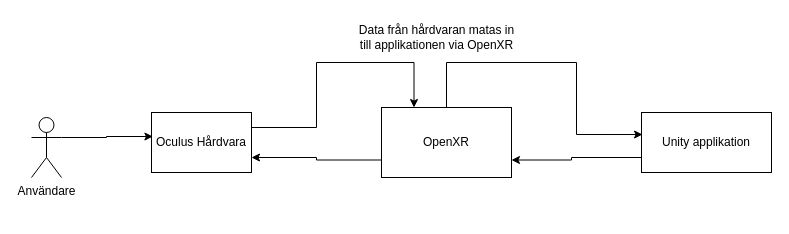
Earlier version of the draw.io diagram ProjektrapportV1.drawio (DaddyDelicious/drawIOgarbage). Source tidied: cells renumbered, new cells numbered last; positions are measured from the earlier drawing's top-left corner, leaving out a move shared by most shapes. Both pictures are drawn from the tidied source at 100%, with x=0, y=0 at pixel (31, 17).
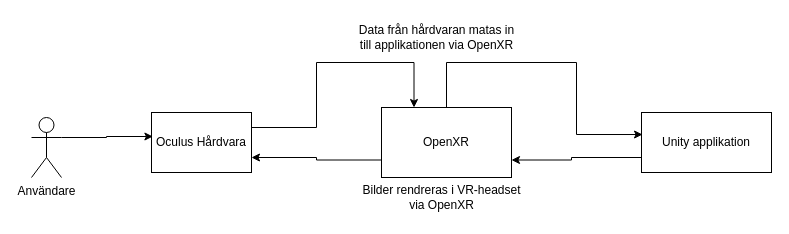
After the change.

Diff of the diagram source:
```diff
@@
 <mxGraphModel>
   <root>
     <mxCell id="0" />
     <mxCell id="1" parent="0" />
     <mxCell id="2" style="edgeStyle=orthogonalEdgeStyle;rounded=0;jettySize=auto;html=1;exitX=1;exitY=0.25;exitDx=0;exitDy=0;entryX=0.25;entryY=0;entryDx=0;entryDy=0;" parent="1" edge="1" source="3" target="6">
       <mxGeometry relative="1" as="geometry">
         <Array as="points">
           <mxPoint x="285" y="110" />
           <mxPoint x="285" y="45" />
           <mxPoint x="383" y="45" />
         </Array>
       </mxGeometry>
     </mxCell>
     <mxCell id="3" value="Oculus Hårdvara" style="rounded=0;whiteSpace=wrap;html=1;" parent="1" vertex="1">
       <mxGeometry x="120" y="95" width="100" height="60" as="geometry" />
     </mxCell>
     <mxCell id="4" style="edgeStyle=orthogonalEdgeStyle;rounded=0;jettySize=auto;html=1;exitX=0;exitY=0.75;exitDx=0;exitDy=0;entryX=1;entryY=0.75;entryDx=0;entryDy=0;" parent="1" edge="1" source="6" target="3">
       <mxGeometry relative="1" as="geometry" />
     </mxCell>
     <mxCell id="5" style="edgeStyle=orthogonalEdgeStyle;rounded=0;jettySize=auto;html=1;exitX=0.5;exitY=0;exitDx=0;exitDy=0;entryX=0.008;entryY=0.367;entryDx=0;entryDy=0;entryPerimeter=0;" parent="1" edge="1" source="6" target="8">
       <mxGeometry relative="1" as="geometry">
         <Array as="points">
           <mxPoint x="415" y="45" />
           <mxPoint x="545" y="45" />
           <mxPoint x="545" y="117" />
         </Array>
       </mxGeometry>
     </mxCell>
     <mxCell id="6" value="OpenXR" style="rounded=0;whiteSpace=wrap;html=1;" parent="1" vertex="1">
       <mxGeometry x="350" y="90" width="130" height="70" as="geometry" />
     </mxCell>
     <mxCell id="7" style="edgeStyle=orthogonalEdgeStyle;rounded=0;jettySize=auto;html=1;exitX=0;exitY=0.75;exitDx=0;exitDy=0;entryX=1;entryY=0.75;entryDx=0;entryDy=0;" parent="1" edge="1" source="8" target="6">
       <mxGeometry relative="1" as="geometry">
         <Array as="points">
           <mxPoint x="540" y="140" />
           <mxPoint x="540" y="143" />
         </Array>
       </mxGeometry>
     </mxCell>
     <mxCell id="8" value="Unity applikation" style="rounded=0;whiteSpace=wrap;html=1;" parent="1" vertex="1">
       <mxGeometry x="610" y="95" width="130" height="60" as="geometry" />
     </mxCell>
     <mxCell id="9" style="edgeStyle=orthogonalEdgeStyle;rounded=0;jettySize=auto;html=1;exitX=1;exitY=0.3333333333333333;exitDx=0;exitDy=0;exitPerimeter=0;entryX=0.014;entryY=0.4;entryDx=0;entryDy=0;entryPerimeter=0;" parent="1" edge="1" source="10" target="3">
       <mxGeometry relative="1" as="geometry" />
     </mxCell>
     <mxCell id="10" value="Användare" style="shape=umlActor;verticalLabelPosition=bottom;verticalAlign=top;html=1;outlineConnect=0;" parent="1" vertex="1">
       <mxGeometry y="100" width="30" height="60" as="geometry" />
     </mxCell>
     <mxCell id="11" value="Data från hårdvaran matas in&lt;br&gt;till applikationen via OpenXR" style="text;html=1;align=center;verticalAlign=middle;strokeColor=none;fillColor=none;" parent="1" vertex="1">
       <mxGeometry x="315" width="180" height="40" as="geometry" />
     </mxCell>
+    <mxCell id="12" value="Bilder rendreras i VR-headset&lt;br&gt;via OpenXR" style="text;html=1;align=center;verticalAlign=middle;strokeColor=none;fillColor=none;" parent="1" vertex="1">
+      <mxGeometry x="320" y="160" width="180" height="40" as="geometry" />
+    </mxCell>
   </root>
 </mxGraphModel>
```
